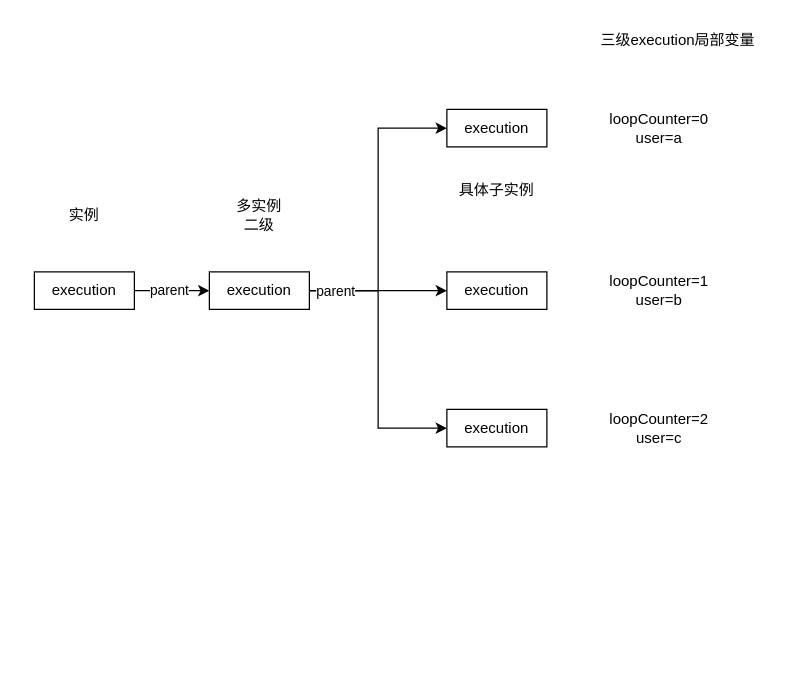
jessin20161124/javase1 keeps this draw.io diagram as activiti执行树.drawio. Above is the earlier version. Source tidied: cells renumbered, new cells numbered last; positions are measured from the earlier drawing's top-left corner, leaving out a move shared by most shapes. Both pictures are drawn from the tidied source at 125%, with x=0, y=0 at pixel (34, 21).
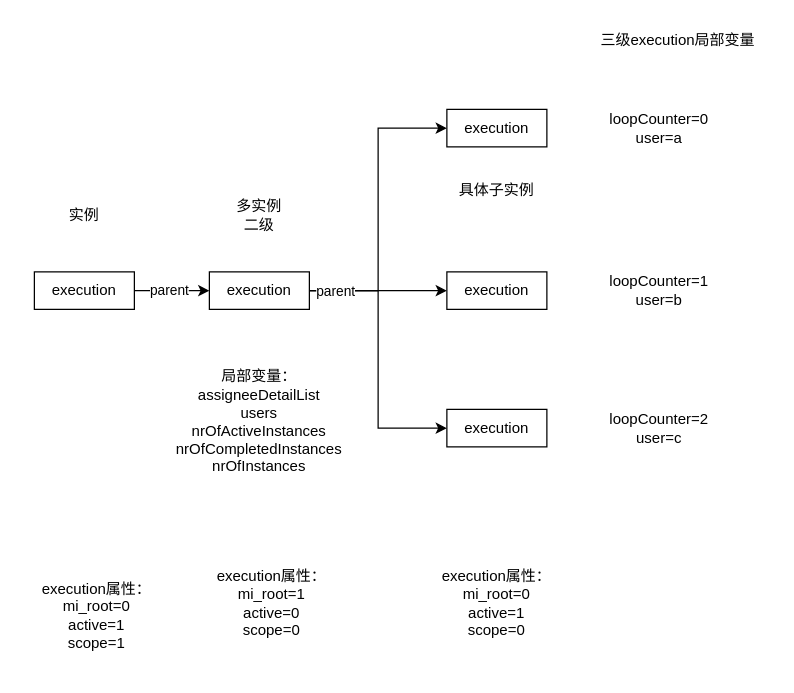
Above is the later version.

Commit message:
更新activiti执行树.drawio

Change to the diagram source:
```diff
@@
+    <mxCell id="20" value="&lt;div&gt;局部变量：&lt;/div&gt;&lt;div&gt;assigneeDetailList&lt;/div&gt;&lt;div&gt;users&lt;/div&gt;&lt;div&gt;nrOfActiveInstances&lt;/div&gt;&lt;div&gt;nrOfCompletedInstances&lt;/div&gt;&lt;div&gt;nrOfInstances&lt;/div&gt;" style="text;html=1;strokeColor=none;fillColor=none;align=center;verticalAlign=middle;whiteSpace=wrap;rounded=0;" parent="1" vertex="1">
+      <mxGeometry x="105" y="250" width="150" height="140" as="geometry" />
+    </mxCell>
+    <mxCell id="21" value="execution属性：&lt;br&gt;mi_root=1&lt;br&gt;active=0&lt;br&gt;scope=0" style="text;html=1;strokeColor=none;fillColor=none;align=center;verticalAlign=middle;whiteSpace=wrap;rounded=0;" parent="1" vertex="1">
+      <mxGeometry x="130" y="420" width="120" height="90" as="geometry" />
+    </mxCell>
+    <mxCell id="22" value="execution属性：&lt;br&gt;mi_root=0&lt;br&gt;active=1&lt;br&gt;scope=1" style="text;html=1;strokeColor=none;fillColor=none;align=center;verticalAlign=middle;whiteSpace=wrap;rounded=0;" parent="1" vertex="1">
+      <mxGeometry x="-10" y="430" width="120" height="90" as="geometry" />
+    </mxCell>
+    <mxCell id="23" value="execution属性：&lt;br&gt;mi_root=0&lt;br&gt;active=1&lt;br&gt;scope=0" style="text;html=1;strokeColor=none;fillColor=none;align=center;verticalAlign=middle;whiteSpace=wrap;rounded=0;" parent="1" vertex="1">
+      <mxGeometry x="310" y="420" width="120" height="90" as="geometry" />
+    </mxCell>
```
